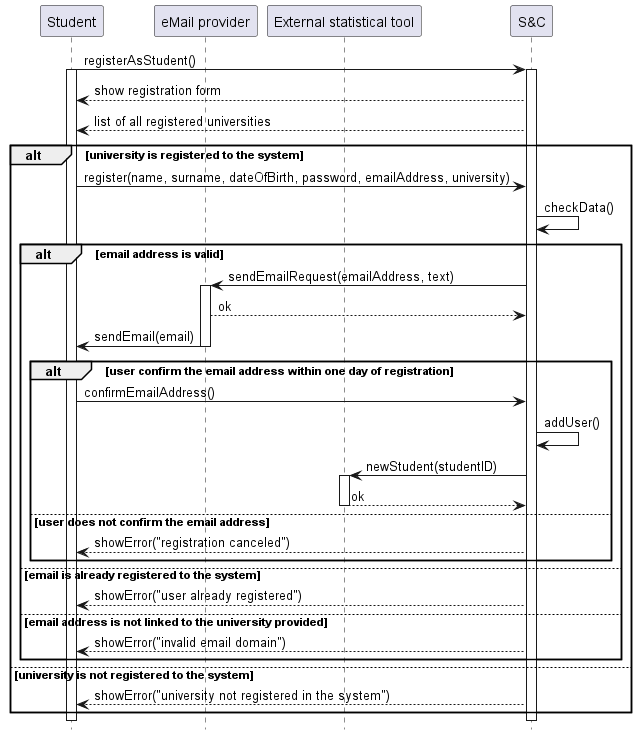
Above: RASD/Specific_requirements/uml_diagrams/UC3_diagram.png in matti8702/R_and_DD_project_SE2 (PlantUML), before the change. Source of this version:
```plantuml
@startuml UC3_diagram
hide footbox

participant "Student" as ST
participant "eMail provider" as EP
participant "External statistical tool" AS EXT
participant "S&C" AS S

ST -> S: registerAsStudent()
activate S
activate ST
S --> ST: show registration form
S --> ST: list of all registered universities
alt university is registered to the system
    ST -> S: register(name, surname, dateOfBirth, password, emailAddress, university)
    S -> S: checkData()
    alt email address is valid
        S -> EP: sendEmailRequest(emailAddress, text)
        activate EP
        EP --> S: ok
        EP -> ST: sendEmail(email)
        deactivate EP
        alt user confirm the email address within one day of registration
            ST -> S: confirmEmailAddress()
            S -> S: addUser()
            S -> EXT: newStudent(studentID)
            activate EXT
            EXT --> S: ok
            deactivate EXT
        else user does not confirm the email address
            S --> ST: showError("registration canceled")
        end
    else email is already registered to the system
        S --> ST: showError("user already registered")
    else email address is not linked to the university provided
        S --> ST: showError("invalid email domain")
    end
else university is not registered to the system
    S --> ST: showError("university not registered in the system")
end
@enduml
```
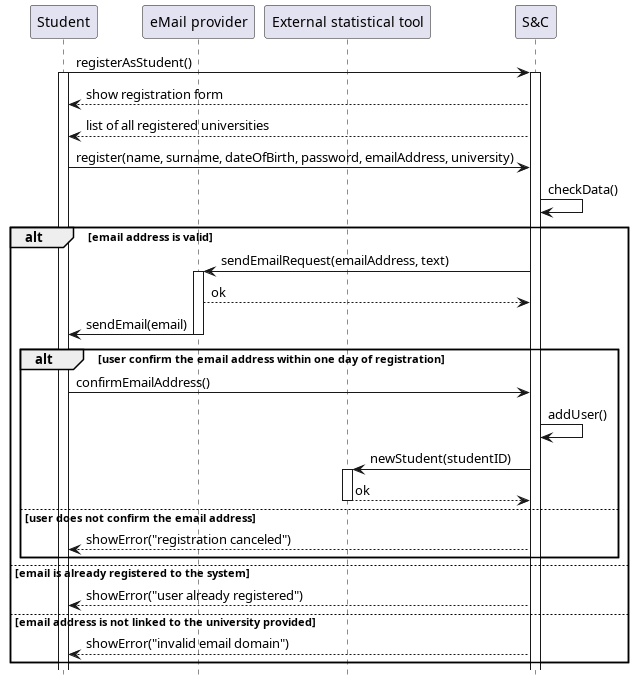
After the change.

Change to the diagram source:
```diff
@@ -11,31 +11,27 @@
 activate ST
 S --> ST: show registration form
 S --> ST: list of all registered universities
-alt university is registered to the system
-    ST -> S: register(name, surname, dateOfBirth, password, emailAddress, university)
-    S -> S: checkData()
-    alt email address is valid
-        S -> EP: sendEmailRequest(emailAddress, text)
-        activate EP
-        EP --> S: ok
-        EP -> ST: sendEmail(email)
-        deactivate EP
-        alt user confirm the email address within one day of registration
-            ST -> S: confirmEmailAddress()
-            S -> S: addUser()
-            S -> EXT: newStudent(studentID)
-            activate EXT
-            EXT --> S: ok
-            deactivate EXT
-        else user does not confirm the email address
-            S --> ST: showError("registration canceled")
-        end
-    else email is already registered to the system
-        S --> ST: showError("user already registered")
-    else email address is not linked to the university provided
-        S --> ST: showError("invalid email domain")
+ST -> S: register(name, surname, dateOfBirth, password, emailAddress, university)
+S -> S: checkData()
+alt email address is valid
+    S -> EP: sendEmailRequest(emailAddress, text)
+    activate EP
+    EP --> S: ok
+    EP -> ST: sendEmail(email)
+    deactivate EP
+    alt user confirm the email address within one day of registration
+        ST -> S: confirmEmailAddress()
+        S -> S: addUser()
+        S -> EXT: newStudent(studentID)
+        activate EXT
+        EXT --> S: ok
+        deactivate EXT
+    else user does not confirm the email address
+        S --> ST: showError("registration canceled")
     end
-else university is not registered to the system
-    S --> ST: showError("university not registered in the system")
+else email is already registered to the system
+    S --> ST: showError("user already registered")
+else email address is not linked to the university provided
+    S --> ST: showError("invalid email domain")
 end
 @enduml
```
